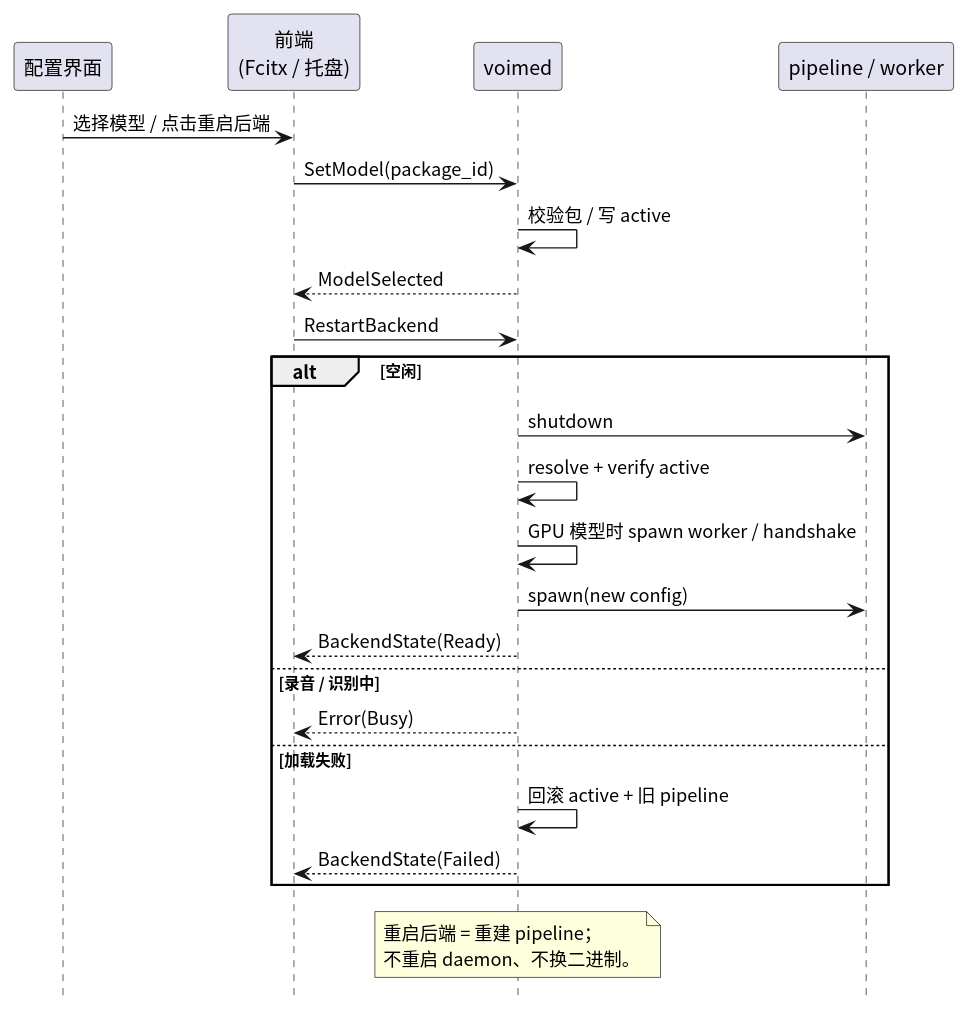
This is diagram/backend-restart.svg from 54m43lJ/voime, a PlantUML export, as it was before one commit.
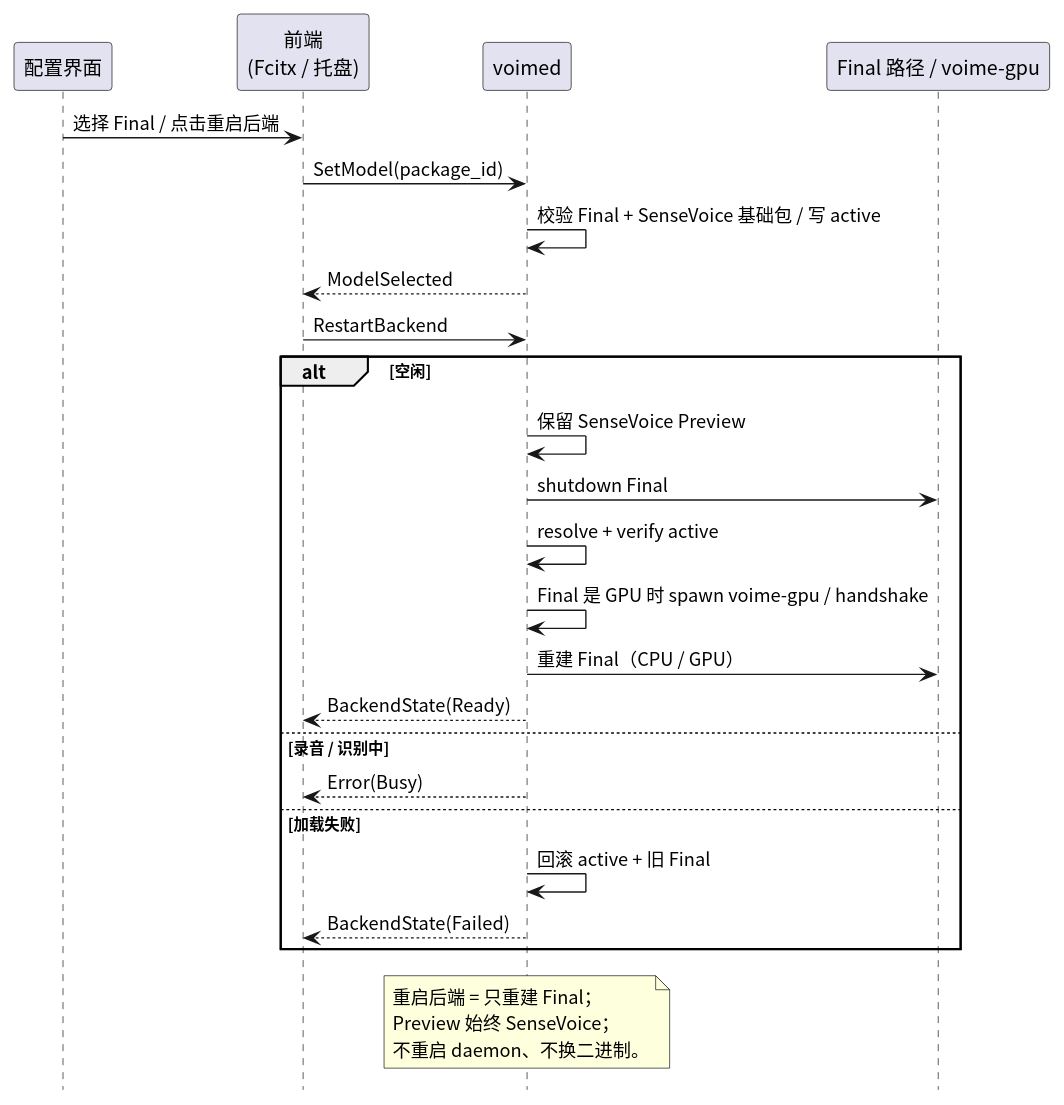
After the change.

Commit message:
docs: 调整 ASR v2 为 Preview/Final 分工与 voime-gpu

The edit, as a diff of the source:
```diff
@@ -6,27 +6,29 @@
 participant "配置界面" as UI
 participant "前端\n(Fcitx / 托盘)" as Frontend
 participant "voimed" as Daemon
-participant "pipeline / worker" as Pipeline
+participant "Final 路径 / voime-gpu" as Pipeline
 
-UI -> Frontend : 选择模型 / 点击重启后端
+UI -> Frontend : 选择 Final / 点击重启后端
 Frontend -> Daemon : SetModel(package_id)
-Daemon -> Daemon : 校验包 / 写 active
+Daemon -> Daemon : 校验 Final + SenseVoice 基础包 / 写 active
 Daemon --> Frontend : ModelSelected
 Frontend -> Daemon : RestartBackend
 alt 空闲
-  Daemon -> Pipeline : shutdown
+  Daemon -> Daemon : 保留 SenseVoice Preview
+  Daemon -> Pipeline : shutdown Final
   Daemon -> Daemon : resolve + verify active
-  Daemon -> Daemon : GPU 模型时 spawn worker / handshake
-  Daemon -> Pipeline : spawn(new config)
+  Daemon -> Daemon : Final 是 GPU 时 spawn voime-gpu / handshake
+  Daemon -> Pipeline : 重建 Final（CPU / GPU）
   Daemon --> Frontend : BackendState(Ready)
 else 录音 / 识别中
   Daemon --> Frontend : Error(Busy)
 else 加载失败
-  Daemon -> Daemon : 回滚 active + 旧 pipeline
+  Daemon -> Daemon : 回滚 active + 旧 Final
   Daemon --> Frontend : BackendState(Failed)
 end
 note over Daemon
-  重启后端 = 重建 pipeline；
+  重启后端 = 只重建 Final；
+  Preview 始终 SenseVoice；
   不重启 daemon、不换二进制。
 end note
 @enduml
```
